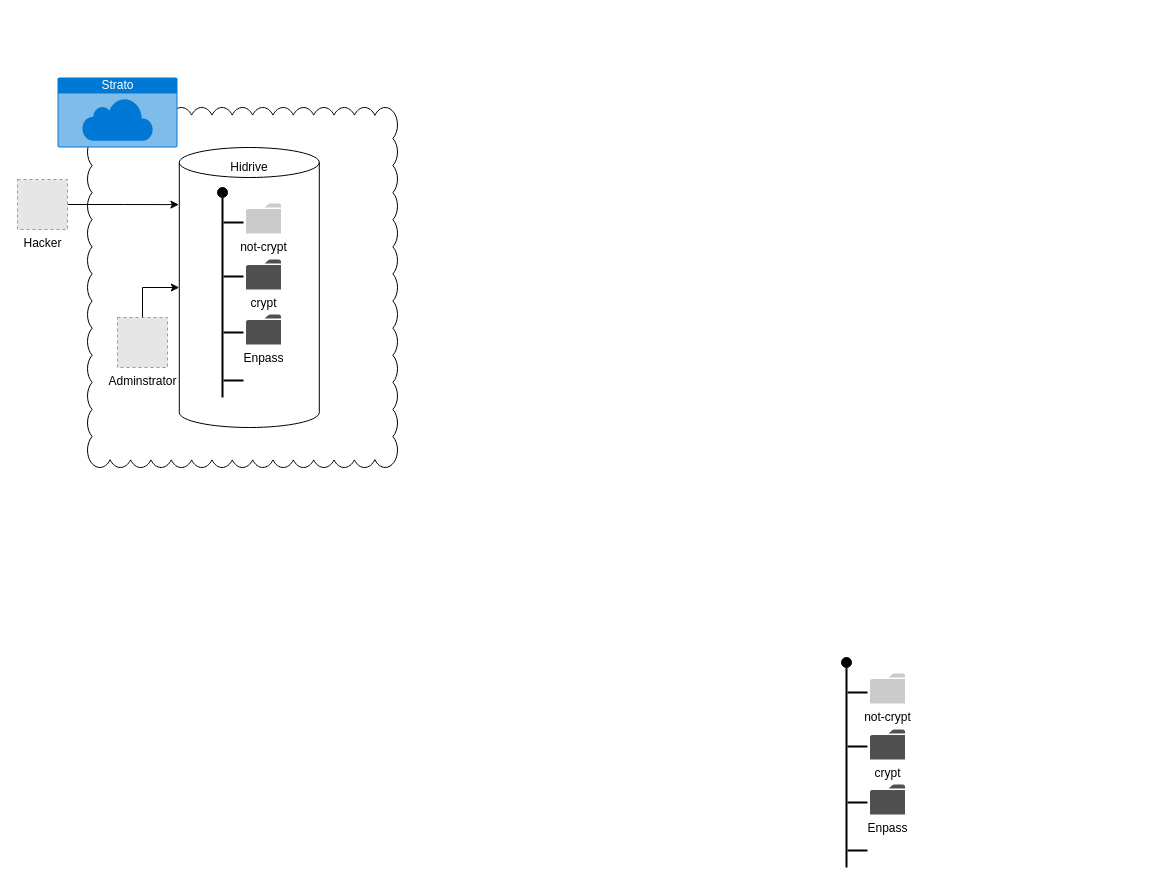
Earlier version of the draw.io diagram hidrive-cryptomator-enpass.drawio (tzepter/diagrams). Source tidied: cells renumbered, new cells numbered last; positions are measured from the earlier drawing's top-left corner, leaving out a move shared by most shapes. Both pictures are drawn from the tidied source at 100%, with x=0, y=0 at pixel (17, 77). Pictures stored in the file or linked from it are replaced by grey dashed boxes.
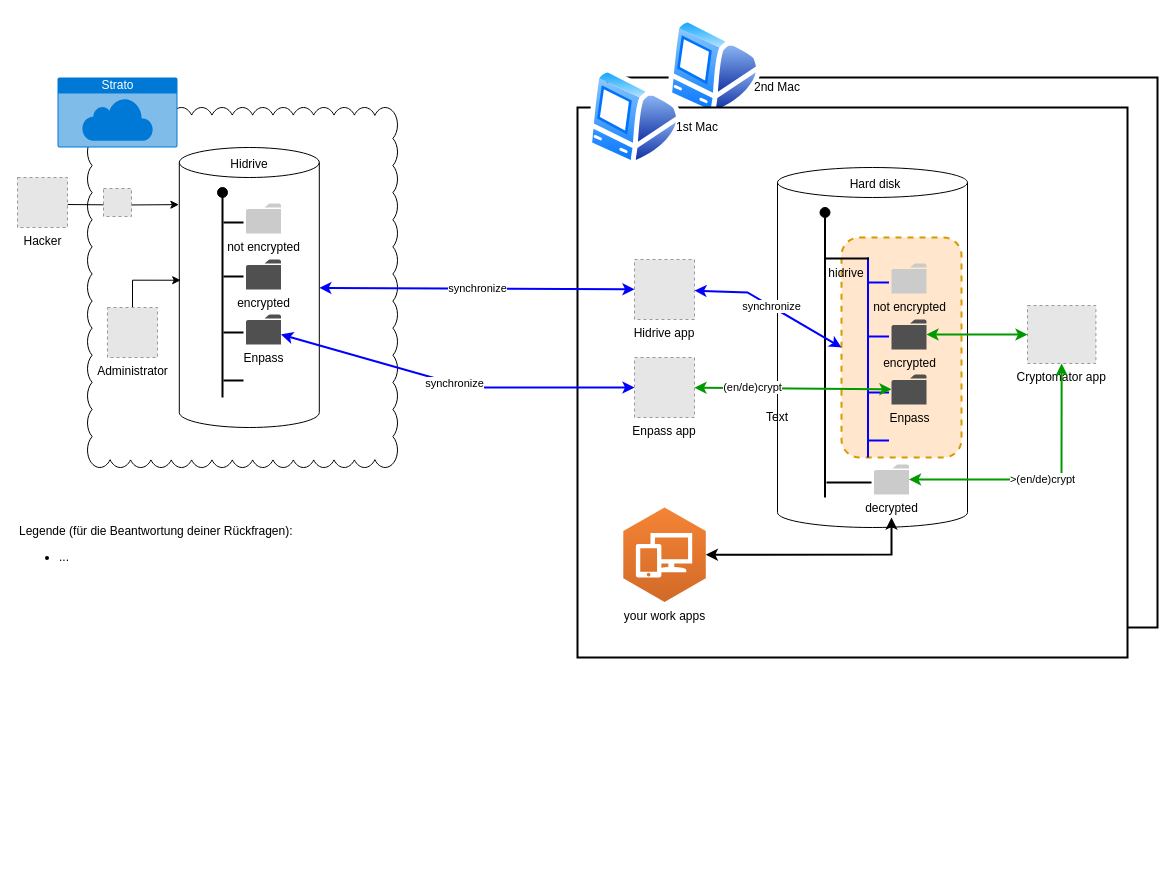
After the change.

The change refers to these unchanged cells:
```xml
<mxCell id="4" style="shape=cylinder3;whiteSpace=wrap;html=1;boundedLbl=1;backgroundOutline=1;size=15;" parent="1" vertex="1">
  <mxGeometry x="161.8" y="70" width="140" height="280" as="geometry" />
</mxCell>
<mxCell id="16" style="group;" parent="1" vertex="1">
  <mxGeometry x="200" y="110" width="63.5" height="210" as="geometry" />
</mxCell>
<mxCell id="26" value="Enpass" style="shadow=0;dashed=0;html=1;strokeColor=none;fillColor=#505050;labelPosition=center;verticalLabelPosition=bottom;verticalAlign=top;outlineConnect=0;align=center;shape=mxgraph.office.concepts.folder;" parent="16" vertex="1">
  <mxGeometry x="28.5" y="127" width="35" height="30" as="geometry" />
</mxCell>
```

Diff of the diagram source:
```diff
@@
+    <mxCell id="32" style="whiteSpace=wrap;html=1;strokeWidth=2;fillColor=none;" parent="1" vertex="1">
+      <mxGeometry x="590" width="550" height="550" as="geometry" />
+    </mxCell>
+    <mxCell id="33" style="perimeter=ellipsePerimeter;html=1;align=center;shadow=0;dashed=0;spacingTop=3;image;image=img/lib/active_directory/mac_client.svg;strokeWidth=2;fillColor=#000000;" parent="1" vertex="1">
+      <mxGeometry x="650" y="-60" width="94" height="100" as="geometry" />
+    </mxCell>
@@
-    <mxCell id="5" style="group;" parent="1" vertex="1">
-      <mxGeometry x="824" y="580" width="63.5" height="210" as="geometry" />
-    </mxCell>
-    <mxCell id="6" style="line;strokeWidth=2;direction=south;html=1;" parent="5" vertex="1">
-      <mxGeometry x="46" y="40" height="160" as="geometry" />
-    </mxCell>
-    <mxCell id="7" style="line;strokeWidth=2;direction=south;html=1;" parent="5" vertex="1">
-      <mxGeometry y="10" width="10" height="200" as="geometry" />
-    </mxCell>
-    <mxCell id="8" style="line;strokeWidth=2;html=1;perimeter=backbonePerimeter;" parent="5" vertex="1">
-      <mxGeometry x="6" y="30" width="20" height="10" as="geometry" />
-    </mxCell>
-    <mxCell id="9" style="line;strokeWidth=2;html=1;perimeter=backbonePerimeter;" parent="5" vertex="1">
-      <mxGeometry x="6" y="84" width="20" height="10" as="geometry" />
-    </mxCell>
-    <mxCell id="10" style="line;strokeWidth=2;html=1;perimeter=backbonePerimeter;" parent="5" vertex="1">
-      <mxGeometry x="6" y="140" width="20" height="10" as="geometry" />
-    </mxCell>
-    <mxCell id="11" style="line;strokeWidth=2;html=1;perimeter=backbonePerimeter;" parent="5" vertex="1">
-      <mxGeometry x="6" y="188" width="20" height="10" as="geometry" />
-    </mxCell>
-    <mxCell id="12" style="ellipse;whiteSpace=wrap;html=1;fillColor=#000000;" parent="5" vertex="1">
-      <mxGeometry width="10" height="10" as="geometry" />
-    </mxCell>
-    <mxCell id="13" value="not-crypt" style="shadow=0;dashed=0;html=1;strokeColor=none;labelPosition=center;verticalLabelPosition=bottom;verticalAlign=top;align=center;shape=mxgraph.office.concepts.folder;fillColor=#CCCBCB;" parent="5" vertex="1">
-      <mxGeometry x="28.5" y="16" width="35" height="30" as="geometry" />
-    </mxCell>
-    <mxCell id="14" value="crypt" style="shadow=0;dashed=0;html=1;strokeColor=none;fillColor=#505050;labelPosition=center;verticalLabelPosition=bottom;verticalAlign=top;align=center;shape=mxgraph.office.concepts.folder;" parent="5" vertex="1">
-      <mxGeometry x="28.5" y="72" width="35" height="30" as="geometry" />
-    </mxCell>
-    <mxCell id="15" value="Enpass" style="shadow=0;dashed=0;html=1;strokeColor=none;fillColor=#505050;labelPosition=center;verticalLabelPosition=bottom;verticalAlign=top;outlineConnect=0;align=center;shape=mxgraph.office.concepts.folder;" parent="5" vertex="1">
-      <mxGeometry x="28.5" y="127" width="35" height="30" as="geometry" />
-    </mxCell>
@@
-    <mxCell id="24" value="not-crypt" style="shadow=0;dashed=0;html=1;strokeColor=none;labelPosition=center;verticalLabelPosition=bottom;verticalAlign=top;align=center;shape=mxgraph.office.concepts.folder;fillColor=#CCCBCB;" parent="16" vertex="1">
+    <mxCell id="24" value="not encrypted" style="shadow=0;dashed=0;html=1;strokeColor=none;labelPosition=center;verticalLabelPosition=bottom;verticalAlign=top;align=center;shape=mxgraph.office.concepts.folder;fillColor=#CCCBCB;" parent="16" vertex="1">
       <mxGeometry x="28.5" y="16" width="35" height="30" as="geometry" />
     </mxCell>
-    <mxCell id="25" value="crypt" style="shadow=0;dashed=0;html=1;strokeColor=none;fillColor=#505050;labelPosition=center;verticalLabelPosition=bottom;verticalAlign=top;align=center;shape=mxgraph.office.concepts.folder;" parent="16" vertex="1">
+    <mxCell id="25" value="encrypted" style="shadow=0;dashed=0;html=1;strokeColor=none;fillColor=#505050;labelPosition=center;verticalLabelPosition=bottom;verticalAlign=top;align=center;shape=mxgraph.office.concepts.folder;" parent="16" vertex="1">
       <mxGeometry x="28.5" y="72" width="35" height="30" as="geometry" />
     </mxCell>
@@
     <mxCell id="27" value="&lt;div&gt;Hidrive&lt;/div&gt;" style="text;html=1;strokeColor=none;fillColor=none;align=center;verticalAlign=middle;whiteSpace=wrap;rounded=0;" parent="1" vertex="1">
-      <mxGeometry x="211.8" y="80" width="40" height="20" as="geometry" />
+      <mxGeometry x="211.8" y="77" width="40" height="20" as="geometry" />
     </mxCell>
-    <mxCell id="28" style="edgeStyle=orthogonalEdgeStyle;rounded=0;jettySize=auto;html=1;exitX=0.5;exitY=0;exitDx=0;exitDy=0;" parent="1" edge="1" source="29" target="4">
-      <mxGeometry relative="1" as="geometry" />
-    </mxCell>
-    <mxCell id="29" value="Adminstrator" style="fillColor=#E6E6E6;strokeColor=#999999;dashed=1;html=1;verticalAlign=top;verticalLabelPosition=bottom;labelBackgroundColor=#ffffff;" parent="1" vertex="1">
-      <mxGeometry x="100" y="240" width="50" height="50" as="geometry" />
-    </mxCell>
-    <mxCell id="30" style="edgeStyle=orthogonalEdgeStyle;rounded=0;jettySize=auto;html=1;entryX=-0.003;entryY=0.204;entryDx=0;entryDy=0;entryPerimeter=0;" parent="1" edge="1" source="31" target="4">
-      <mxGeometry relative="1" as="geometry" />
+    <mxCell id="30" style="edgeStyle=orthogonalEdgeStyle;rounded=0;jettySize=auto;html=1;entryX=-0.003;entryY=0.204;entryDx=0;entryDy=0;entryPerimeter=0;" parent="1" edge="1" target="4">
+      <mxGeometry relative="1" as="geometry">
+        <mxPoint x="50" y="127" as="sourcePoint" />
+      </mxGeometry>
     </mxCell>
-    <mxCell id="31" value="Hacker" style="fillColor=#E6E6E6;strokeColor=#999999;dashed=1;html=1;verticalAlign=top;verticalLabelPosition=bottom;labelBackgroundColor=#ffffff;" parent="1" vertex="1">
-      <mxGeometry y="102" width="50" height="50" as="geometry" />
+    <mxCell id="31" value="&lt;div&gt;Hacker&lt;/div&gt;" style="fillColor=#E6E6E6;strokeColor=#999999;dashed=1;html=1;verticalAlign=top;verticalLabelPosition=bottom;labelBackgroundColor=#ffffff;" parent="1" vertex="1">
+      <mxGeometry y="100" width="50" height="50" as="geometry" />
     </mxCell>
+    <mxCell id="34" style="edgeStyle=orthogonalEdgeStyle;rounded=0;jettySize=auto;html=1;entryX=0.01;entryY=0.474;entryDx=0;entryDy=0;entryPerimeter=0;exitX=0.5;exitY=0;exitDx=0;exitDy=0;" parent="1" edge="1" source="35" target="4">
+      <mxGeometry relative="1" as="geometry" />
+    </mxCell>
+    <mxCell id="35" value="Administrator" style="fillColor=#E6E6E6;strokeColor=#999999;dashed=1;html=1;verticalAlign=top;verticalLabelPosition=bottom;labelBackgroundColor=#ffffff;" parent="1" vertex="1">
+      <mxGeometry x="90" y="230" width="50" height="50" as="geometry" />
+    </mxCell>
+    <mxCell id="36" style="whiteSpace=wrap;html=1;strokeWidth=2;" parent="1" vertex="1">
+      <mxGeometry x="560" y="30" width="550" height="550" as="geometry" />
+    </mxCell>
+    <mxCell id="37" style="perimeter=ellipsePerimeter;html=1;align=center;shadow=0;dashed=0;spacingTop=3;image;image=img/lib/active_directory/mac_client.svg;strokeWidth=2;fillColor=#000000;" parent="1" vertex="1">
+      <mxGeometry x="570" y="-10" width="94" height="100" as="geometry" />
+    </mxCell>
+    <mxCell id="38" style="shape=cylinder3;whiteSpace=wrap;html=1;boundedLbl=1;backgroundOutline=1;size=15;" parent="1" vertex="1">
+      <mxGeometry x="760" y="90" width="190" height="360" as="geometry" />
+    </mxCell>
+    <mxCell id="39" style="rounded=1;whiteSpace=wrap;html=1;strokeWidth=2;dashed=1;fillColor=#ffe6cc;shadow=0;glass=0;strokeColor=#d79b00;" parent="1" vertex="1">
+      <mxGeometry x="824" y="160" width="120" height="220" as="geometry" />
+    </mxCell>
+    <mxCell id="40" style="group;" parent="1" vertex="1">
+      <mxGeometry x="802.5" y="130" width="106.5" height="290" as="geometry" />
+    </mxCell>
+    <mxCell id="41" style="line;strokeWidth=2;direction=south;html=1;" parent="40" vertex="1">
+      <mxGeometry x="89" y="80" height="160" as="geometry" />
+    </mxCell>
+    <mxCell id="42" style="line;strokeWidth=2;direction=south;html=1;strokeColor=#0000FF;" parent="40" vertex="1">
+      <mxGeometry x="43" y="50" width="10" height="200" as="geometry" />
+    </mxCell>
+    <mxCell id="43" style="line;strokeWidth=2;html=1;perimeter=backbonePerimeter;fontColor=#0000CC;strokeColor=#0000FF;" parent="40" vertex="1">
+      <mxGeometry x="49" y="70" width="20" height="10" as="geometry" />
+    </mxCell>
+    <mxCell id="44" style="line;strokeWidth=2;html=1;perimeter=backbonePerimeter;strokeColor=#0000FF;" parent="40" vertex="1">
+      <mxGeometry x="49" y="124" width="20" height="10" as="geometry" />
+    </mxCell>
+    <mxCell id="45" style="line;strokeWidth=2;html=1;perimeter=backbonePerimeter;strokeColor=#0000FF;" parent="40" vertex="1">
+      <mxGeometry x="49" y="180" width="20" height="10" as="geometry" />
+    </mxCell>
+    <mxCell id="46" style="line;strokeWidth=2;html=1;perimeter=backbonePerimeter;strokeColor=#0000FF;" parent="40" vertex="1">
+      <mxGeometry x="49" y="228" width="20" height="10" as="geometry" />
+    </mxCell>
+    <mxCell id="12" style="ellipse;whiteSpace=wrap;html=1;fillColor=#000000;" parent="40" vertex="1">
+      <mxGeometry width="10" height="10" as="geometry" />
+    </mxCell>
+    <mxCell id="47" value="not encrypted" style="shadow=0;dashed=0;html=1;strokeColor=none;labelPosition=center;verticalLabelPosition=bottom;verticalAlign=top;align=center;shape=mxgraph.office.concepts.folder;fillColor=#CCCBCB;" parent="40" vertex="1">
+      <mxGeometry x="71.5" y="56" width="35" height="30" as="geometry" />
+    </mxCell>
+    <mxCell id="48" value="encrypted" style="shadow=0;dashed=0;html=1;strokeColor=none;fillColor=#505050;labelPosition=center;verticalLabelPosition=bottom;verticalAlign=top;outlineConnect=0;align=center;shape=mxgraph.office.concepts.folder;" parent="40" vertex="1">
+      <mxGeometry x="71.5" y="112" width="35" height="30" as="geometry" />
+    </mxCell>
+    <mxCell id="15" value="Enpass" style="shadow=0;dashed=0;html=1;strokeColor=none;fillColor=#505050;labelPosition=center;verticalLabelPosition=bottom;verticalAlign=top;outlineConnect=0;align=center;shape=mxgraph.office.concepts.folder;" parent="40" vertex="1">
+      <mxGeometry x="71.5" y="167" width="35" height="30" as="geometry" />
+    </mxCell>
+    <mxCell id="49" style="line;strokeWidth=2;direction=south;html=1;" parent="40" vertex="1">
+      <mxGeometry y="10" width="10" height="280" as="geometry" />
+    </mxCell>
+    <mxCell id="50" style="line;strokeWidth=2;html=1;perimeter=backbonePerimeter;fontColor=#0000CC;" parent="40" vertex="1">
+      <mxGeometry x="4" y="46" width="45" height="10" as="geometry" />
+    </mxCell>
+    <mxCell id="51" value="hidrive" style="text;html=1;strokeColor=none;fillColor=none;align=center;verticalAlign=middle;whiteSpace=wrap;rounded=0;" parent="40" vertex="1">
+      <mxGeometry x="6.5" y="56" width="40" height="20" as="geometry" />
+    </mxCell>
+    <mxCell id="52" style="line;strokeWidth=2;html=1;perimeter=backbonePerimeter;" parent="40" vertex="1">
+      <mxGeometry x="6.5" y="270" width="45" height="10" as="geometry" />
+    </mxCell>
+    <mxCell id="53" value="decrypted" style="shadow=0;dashed=0;html=1;strokeColor=none;labelPosition=center;verticalLabelPosition=bottom;verticalAlign=top;outlineConnect=0;align=center;shape=mxgraph.office.concepts.folder;fillColor=#CCCBCB;" parent="40" vertex="1">
+      <mxGeometry x="54" y="257" width="35" height="30" as="geometry" />
+    </mxCell>
+    <mxCell id="54" value="Hard disk" style="text;html=1;strokeColor=none;fillColor=none;align=center;verticalAlign=middle;whiteSpace=wrap;rounded=0;" parent="1" vertex="1">
+      <mxGeometry x="827.5" y="97" width="60" height="20" as="geometry" />
+    </mxCell>
+    <mxCell id="55" value="Cryptomator app" style="fillColor=#E6E6E6;strokeColor=#999999;dashed=1;verticalLabelPosition=bottom;labelBackgroundColor=#ffffff;verticalAlign=top;" parent="1" vertex="1">
+      <mxGeometry x="1010" y="228" width="68.4" height="58" as="geometry" />
+    </mxCell>
+    <mxCell id="56" style="edgeStyle=none;rounded=0;jettySize=auto;html=1;fontColor=#000000;startArrow=classic;startFill=1;strokeWidth=2;strokeColor=#009900;" parent="1" edge="1" source="59" target="15">
+      <mxGeometry relative="1" as="geometry" />
+    </mxCell>
+    <mxCell id="57" value="(en/de)crypt" style="edgeLabel;html=1;align=center;verticalAlign=middle;fontColor=#000000;" parent="56" vertex="1">
+      <mxGeometry x="-0.42" y="1" relative="1" as="geometry" />
+    </mxCell>
+    <mxCell id="58" value="synchronize" style="edgeStyle=none;rounded=0;jettySize=auto;html=1;fontColor=#000000;startArrow=classic;startFill=1;strokeColor=#0000FF;strokeWidth=2;" parent="1" edge="1" source="59" target="26">
+      <mxGeometry relative="1" as="geometry">
+        <Array as="points">
+          <mxPoint x="450" y="310" />
+        </Array>
+      </mxGeometry>
+    </mxCell>
+    <mxCell id="59" value="Enpass app" style="fillColor=#E6E6E6;strokeColor=#999999;dashed=1;verticalLabelPosition=bottom;labelBackgroundColor=#ffffff;verticalAlign=top;" parent="1" vertex="1">
+      <mxGeometry x="617" y="280" width="60" height="60" as="geometry" />
+    </mxCell>
+    <mxCell id="60" style="edgeStyle=none;rounded=0;jettySize=auto;html=1;fontColor=#000000;startArrow=classic;startFill=1;fillColor=#f8cecc;strokeWidth=2;strokeColor=#009900;" parent="1" edge="1" source="53" target="55">
+      <mxGeometry relative="1" as="geometry">
+        <Array as="points">
+          <mxPoint x="1044" y="402" />
+        </Array>
+      </mxGeometry>
+    </mxCell>
+    <mxCell id="61" value="&amp;gt;(en/de)crypt" style="edgeLabel;html=1;align=center;verticalAlign=middle;fontColor=#000000;" parent="60" vertex="1">
+      <mxGeometry x="-0.01" y="1" relative="1" as="geometry" />
+    </mxCell>
+    <mxCell id="62" value="synchronize" style="edgeStyle=none;rounded=0;jettySize=auto;html=1;fontColor=#000000;startArrow=classic;startFill=1;strokeColor=#0000FF;strokeWidth=2;entryX=0;entryY=0.5;entryDx=0;entryDy=0;" parent="1" edge="1" source="63" target="39">
+      <mxGeometry relative="1" as="geometry">
+        <Array as="points">
+          <mxPoint x="730" y="215" />
+        </Array>
+      </mxGeometry>
+    </mxCell>
+    <mxCell id="63" value="Hidrive app" style="fillColor=#E6E6E6;strokeColor=#999999;dashed=1;verticalLabelPosition=bottom;verticalAlign=top;fontColor=#000000;" parent="1" vertex="1">
+      <mxGeometry x="617" y="182" width="60" height="60" as="geometry" />
+    </mxCell>
+    <mxCell id="64" style="edgeStyle=orthogonalEdgeStyle;rounded=0;jettySize=auto;html=1;fontColor=#000000;startArrow=classic;startFill=1;strokeWidth=2;strokeColor=#009900;" parent="1" edge="1" source="48" target="55">
+      <mxGeometry relative="1" as="geometry" />
+    </mxCell>
+    <mxCell id="65" value="synchronize" style="endArrow=classic;startArrow=classic;html=1;fontColor=#000000;strokeWidth=2;strokeColor=#0000FF;" parent="1" edge="1" source="4" target="63">
+      <mxGeometry relative="1" as="geometry" />
+    </mxCell>
+    <mxCell id="66" style="fillColor=#E6E6E6;strokeColor=#999999;dashed=1;html=1;verticalAlign=top;verticalLabelPosition=bottom;labelBackgroundColor=#ffffff;fontColor=#000000;" parent="1" vertex="1">
+      <mxGeometry x="86" y="111" width="28" height="28" as="geometry" />
+    </mxCell>
+    <mxCell id="67" style="edgeStyle=none;rounded=0;jettySize=auto;html=1;fontColor=#000000;startArrow=classic;startFill=1;strokeWidth=2;" parent="1" edge="1" source="68">
+      <mxGeometry relative="1" as="geometry">
+        <mxPoint x="874" y="440" as="targetPoint" />
+        <Array as="points">
+          <mxPoint x="874" y="477" />
+        </Array>
+      </mxGeometry>
+    </mxCell>
+    <mxCell id="68" value="your work apps" style="outlineConnect=0;dashed=0;verticalLabelPosition=bottom;verticalAlign=top;align=center;html=1;shape=mxgraph.aws3.workspaces;fillColor=#D16A28;gradientColor=#F58435;gradientDirection=north;shadow=0;glass=0;fontColor=#000000;strokeColor=#000000;strokeWidth=2;" parent="1" vertex="1">
+      <mxGeometry x="605.8" y="430" width="82.5" height="94.5" as="geometry" />
+    </mxCell>
+    <mxCell id="69" value="Text" style="text;html=1;strokeColor=none;fillColor=none;align=center;verticalAlign=middle;whiteSpace=wrap;rounded=0;shadow=0;glass=0;dashed=1;fontColor=#000000;" parent="1" vertex="1">
+      <mxGeometry x="740" y="330" width="40" height="20" as="geometry" />
+    </mxCell>
+    <mxCell id="70" value="1st Mac" style="text;html=1;strokeColor=none;fillColor=none;align=center;verticalAlign=middle;whiteSpace=wrap;rounded=0;shadow=0;glass=0;dashed=1;fontColor=#000000;" parent="1" vertex="1">
+      <mxGeometry x="650" y="40" width="60" height="20" as="geometry" />
+    </mxCell>
+    <mxCell id="71" value="2nd Mac" style="text;html=1;strokeColor=none;fillColor=none;align=center;verticalAlign=middle;whiteSpace=wrap;rounded=0;shadow=0;glass=0;dashed=1;fontColor=#000000;" parent="1" vertex="1">
+      <mxGeometry x="730" width="60" height="20" as="geometry" />
+    </mxCell>
+    <mxCell id="72" value="&lt;div&gt;Legende (für die Beantwortung deiner Rückfragen):&lt;/div&gt;&lt;div&gt;&lt;ul&gt;&lt;li&gt;...&lt;br&gt;&lt;/li&gt;&lt;/ul&gt;&lt;/div&gt;" style="text;html=1;strokeColor=none;fillColor=none;align=left;verticalAlign=top;whiteSpace=wrap;rounded=0;shadow=0;glass=0;dashed=1;fontColor=#000000;" parent="1" vertex="1">
+      <mxGeometry y="440" width="420" height="200" as="geometry" />
+    </mxCell>
```
